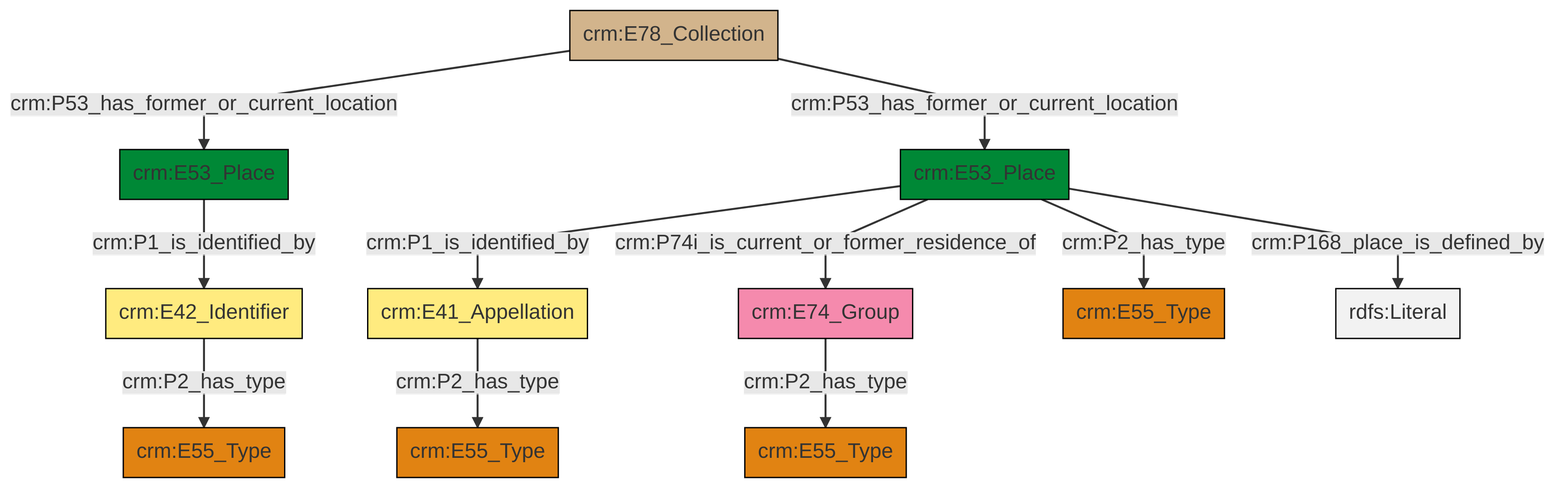
swiss-art-research-net/docs.swissartresearch keeps this Mermaid diagram as et/archivalCSV/ttl/mmd/png/archival_location.png. Above is the earlier version. Its source is kept beside it as et/archivalCSV/ttl/mmd/archival_location.ttl.mmd.
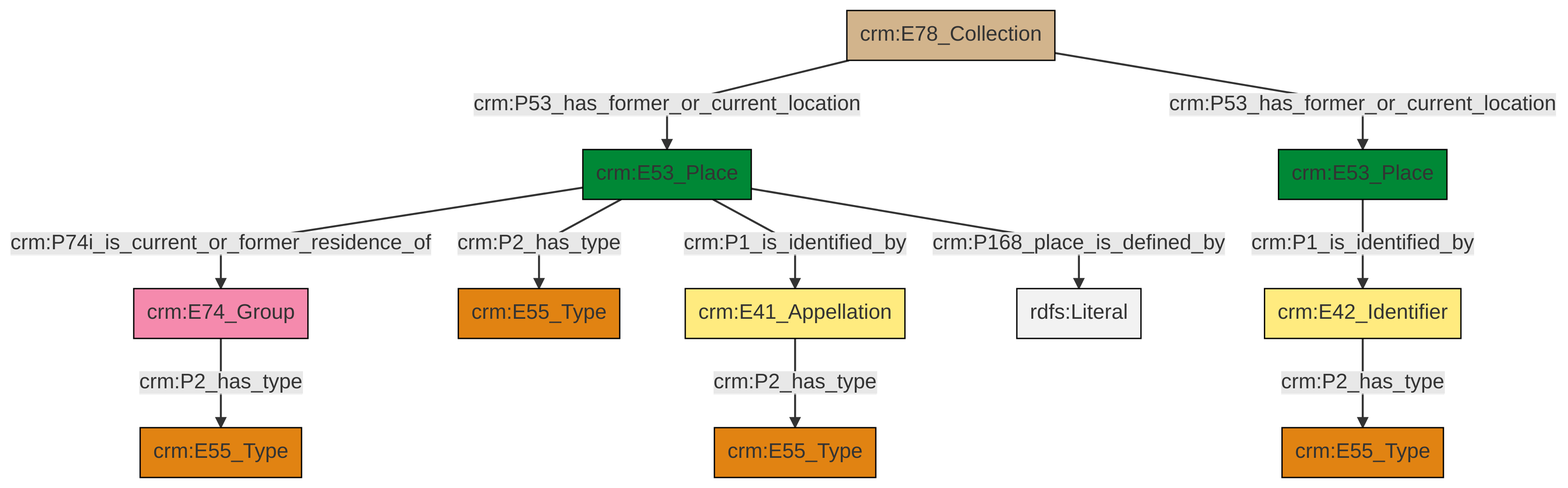
After the commit.

What changed in the source:
```diff
@@ -13,13 +13,13 @@
 classDef PC_Classes fill:#4ce600, stroke:#000000;
 classDef Multi fill:#cccccc,stroke:#000000;
 
-2["crm:E78_Collection"]:::Physical_Thing -->|crm:P53_has_former_or_current_location| 3["crm:E53_Place"]:::Place
-3["crm:E53_Place"]:::Place -->|crm:P1_is_identified_by| 6["crm:E42_Identifier"]:::Appellation
-7["crm:E74_Group"]:::Actor -->|crm:P2_has_type| 10["crm:E55_Type"]:::Type
-0["crm:E53_Place"]:::Place -->|crm:P1_is_identified_by| 4["crm:E41_Appellation"]:::Appellation
-4["crm:E41_Appellation"]:::Appellation -->|crm:P2_has_type| 11["crm:E55_Type"]:::Type
-0["crm:E53_Place"]:::Place -->|crm:P74i_is_current_or_former_residence_of| 7["crm:E74_Group"]:::Actor
-0["crm:E53_Place"]:::Place -->|crm:P2_has_type| 12["crm:E55_Type"]:::Type
-2["crm:E78_Collection"]:::Physical_Thing -->|crm:P53_has_former_or_current_location| 0["crm:E53_Place"]:::Place
-6["crm:E42_Identifier"]:::Appellation -->|crm:P2_has_type| 17["crm:E55_Type"]:::Type
-0["crm:E53_Place"]:::Place -->|crm:P168_place_is_defined_by| 19[rdfs:Literal]:::Literal
+0["crm:E53_Place"]:::Place -->|crm:P74i_is_current_or_former_residence_of| 1["crm:E74_Group"]:::Actor
+1["crm:E74_Group"]:::Actor -->|crm:P2_has_type| 4["crm:E55_Type"]:::Type
+5["crm:E53_Place"]:::Place -->|crm:P1_is_identified_by| 6["crm:E42_Identifier"]:::Appellation
+9["crm:E41_Appellation"]:::Appellation -->|crm:P2_has_type| 2["crm:E55_Type"]:::Type
+10["crm:E78_Collection"]:::Physical_Thing -->|crm:P53_has_former_or_current_location| 0["crm:E53_Place"]:::Place
+10["crm:E78_Collection"]:::Physical_Thing -->|crm:P53_has_former_or_current_location| 5["crm:E53_Place"]:::Place
+0["crm:E53_Place"]:::Place -->|crm:P2_has_type| 7["crm:E55_Type"]:::Type
+0["crm:E53_Place"]:::Place -->|crm:P1_is_identified_by| 9["crm:E41_Appellation"]:::Appellation
+0["crm:E53_Place"]:::Place -->|crm:P168_place_is_defined_by| 20[rdfs:Literal]:::Literal
+6["crm:E42_Identifier"]:::Appellation -->|crm:P2_has_type| 13["crm:E55_Type"]:::Type
```
